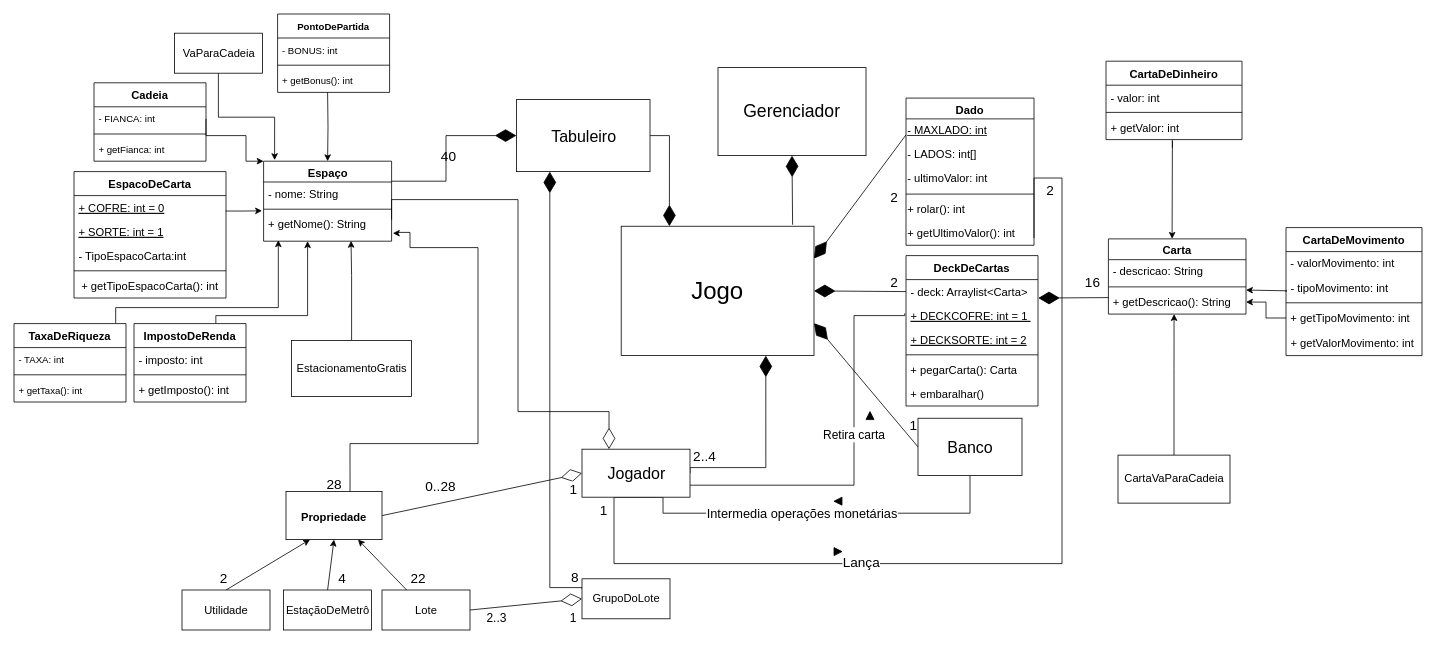
The draw.io diagram Monopoly - G1.drawio in rafaelbarbeta/Monopoly, before the edit. Source tidied: cells renumbered, new cells numbered last; positions are measured from the earlier drawing's top-left corner, leaving out a move shared by most shapes. Both pictures are drawn from the tidied source at 80%, with x=0, y=0 at pixel (14, 14).
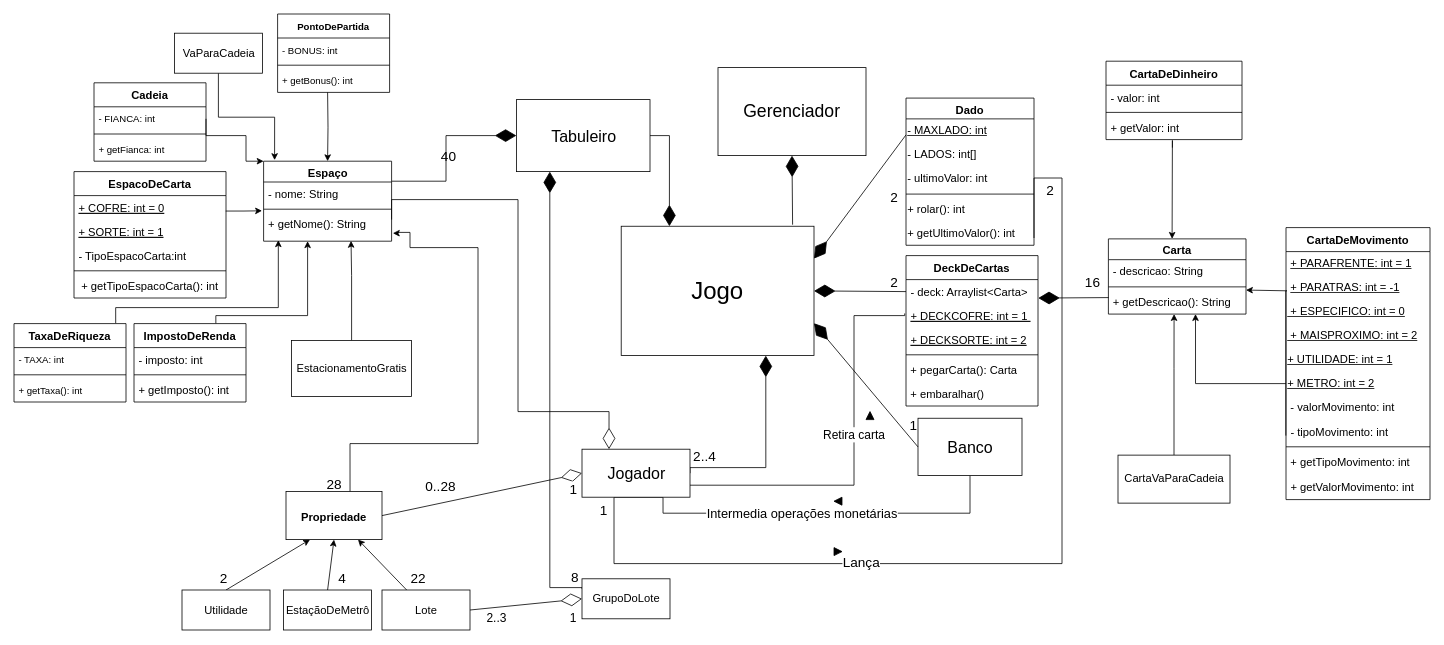
The same page after the edit.

Commit message:
add static final do CartaDeMovimento

Unchanged cells that the change refers to:
```xml
<mxCell id="71" value="&amp;nbsp;+ getDescricao(): String" style="text;html=1;strokeColor=none;fillColor=none;align=left;verticalAlign=middle;whiteSpace=wrap;rounded=0;fontSize=14;" parent="68" vertex="1">
  <mxGeometry y="64" width="172" height="30" as="geometry" />
</mxCell>
```

Change to the diagram source:
```diff
@@
     <mxCell id="76" value="CartaDeMovimento" style="swimlane;fontStyle=1;horizontal=1;startSize=30;fontSize=14;" parent="1" vertex="1">
-      <mxGeometry x="1590" y="267" width="170" height="160" as="geometry" />
+      <mxGeometry x="1590" y="267" width="180" height="340" as="geometry" />
     </mxCell>
+    <mxCell id="114" value="&lt;p style=&quot;font-size: 14px&quot;&gt;&amp;nbsp;&lt;u&gt;+ PARAFRENTE: int = 1&lt;/u&gt;&lt;/p&gt;" style="text;html=1;strokeColor=none;fillColor=none;align=left;verticalAlign=middle;whiteSpace=wrap;rounded=0;" parent="76" vertex="1">
+      <mxGeometry y="30" width="180" height="30" as="geometry" />
+    </mxCell>
+    <mxCell id="115" value="&amp;nbsp;&lt;u&gt;+ PARATRAS: int = -1&lt;/u&gt;" style="text;html=1;strokeColor=none;fillColor=none;align=left;verticalAlign=middle;whiteSpace=wrap;rounded=0;fontFamily=Helvetica;fontSize=14;" parent="76" vertex="1">
+      <mxGeometry y="60" width="180" height="30" as="geometry" />
+    </mxCell>
+    <mxCell id="116" value="&lt;u&gt;&amp;nbsp;+ ESPECIFICO: int = 0&lt;/u&gt;" style="text;html=1;strokeColor=none;fillColor=none;align=left;verticalAlign=middle;whiteSpace=wrap;rounded=0;fontFamily=Helvetica;fontSize=14;" parent="76" vertex="1">
+      <mxGeometry y="90" width="180" height="30" as="geometry" />
+    </mxCell>
+    <mxCell id="117" value="&amp;nbsp;+ MAISPROXIMO: int = 2" style="text;html=1;strokeColor=none;fillColor=none;align=left;verticalAlign=middle;whiteSpace=wrap;rounded=0;fontFamily=Helvetica;fontSize=14;fontStyle=4;" parent="76" vertex="1">
+      <mxGeometry y="120" width="180" height="30" as="geometry" />
+    </mxCell>
+    <mxCell id="118" value="&lt;u&gt;+ UTILIDADE: int = 1&lt;/u&gt;" style="text;html=1;strokeColor=none;fillColor=none;align=left;verticalAlign=middle;whiteSpace=wrap;rounded=0;fontFamily=Helvetica;fontSize=14;" parent="76" vertex="1">
+      <mxGeometry y="150" width="180" height="30" as="geometry" />
+    </mxCell>
+    <mxCell id="119" value="&lt;u&gt;+ METRO: int = 2&lt;/u&gt;" style="text;html=1;strokeColor=none;fillColor=none;align=left;verticalAlign=middle;whiteSpace=wrap;rounded=0;fontFamily=Helvetica;fontSize=14;" parent="76" vertex="1">
+      <mxGeometry y="180" width="180" height="30" as="geometry" />
+    </mxCell>
     <mxCell id="77" value="&lt;span&gt;&amp;nbsp;- valorMovimento: int&lt;/span&gt;" style="text;html=1;strokeColor=none;fillColor=none;align=left;verticalAlign=middle;whiteSpace=wrap;rounded=0;fontSize=14;" parent="76" vertex="1">
-      <mxGeometry y="30" width="170" height="30" as="geometry" />
+      <mxGeometry y="210" width="180" height="30" as="geometry" />
     </mxCell>
     <mxCell id="78" value="- tipoMovimento: int" style="text;strokeColor=none;fillColor=none;align=left;verticalAlign=middle;spacingLeft=4;spacingRight=4;overflow=hidden;points=[[0,0.5],[1,0.5]];portConstraint=eastwest;fontSize=14;" parent="76" vertex="1">
-      <mxGeometry y="60" width="170" height="30" as="geometry" />
+      <mxGeometry y="240" width="180" height="30" as="geometry" />
     </mxCell>
     <mxCell id="79" style="line;strokeWidth=1;fillColor=none;align=left;verticalAlign=middle;spacingTop=-1;spacingLeft=3;spacingRight=3;labelPosition=right;fontFamily=Helvetica;fontSize=14;fontColor=default;" parent="76" vertex="1">
-      <mxGeometry y="90" width="170" height="8" as="geometry" />
+      <mxGeometry y="270" width="180" height="8" as="geometry" />
     </mxCell>
     <mxCell id="80" value="&lt;span&gt;&amp;nbsp;+ getTipoMovimento: int&lt;/span&gt;" style="text;html=1;strokeColor=none;fillColor=none;align=left;verticalAlign=middle;whiteSpace=wrap;rounded=0;fontSize=14;" parent="76" vertex="1">
-      <mxGeometry y="98" width="170" height="30" as="geometry" />
+      <mxGeometry y="278" width="180" height="30" as="geometry" />
     </mxCell>
     <mxCell id="81" value="+ getValorMovimento: int" style="text;strokeColor=none;fillColor=none;align=left;verticalAlign=middle;spacingLeft=4;spacingRight=4;overflow=hidden;fontSize=14;" parent="76" vertex="1">
-      <mxGeometry y="128" width="170" height="32" as="geometry" />
+      <mxGeometry y="308" width="180" height="32" as="geometry" />
     </mxCell>
@@
-    <mxCell id="113" style="edgeStyle=orthogonalEdgeStyle;rounded=0;jettySize=auto;html=1;" parent="1" edge="1" source="80" target="71">
+    <mxCell id="113" style="edgeStyle=orthogonalEdgeStyle;rounded=0;jettySize=auto;html=1;exitX=0;exitY=0.5;exitDx=0;exitDy=0;entryX=0.633;entryY=1;entryDx=0;entryDy=0;entryPerimeter=0;" parent="1" edge="1" source="119" target="71">
       <mxGeometry relative="1" as="geometry" />
     </mxCell>
```
